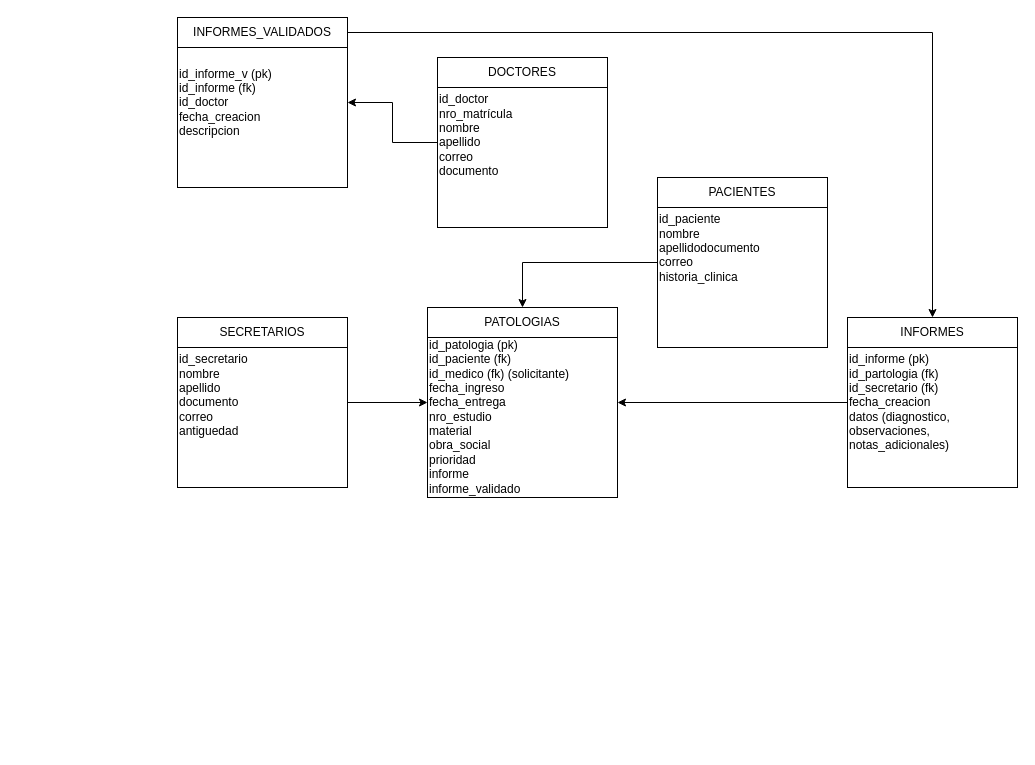
The draw.io diagram server/Untitled Diagram.drawio in UlisesPaz023/multiuser-contact-book, before the edit. Source tidied: cells renumbered, new cells numbered last; positions are measured from the earlier drawing's top-left corner, leaving out a move shared by most shapes. Both pictures are drawn from the tidied source at 100%, with x=0, y=0 at pixel (177, 17).
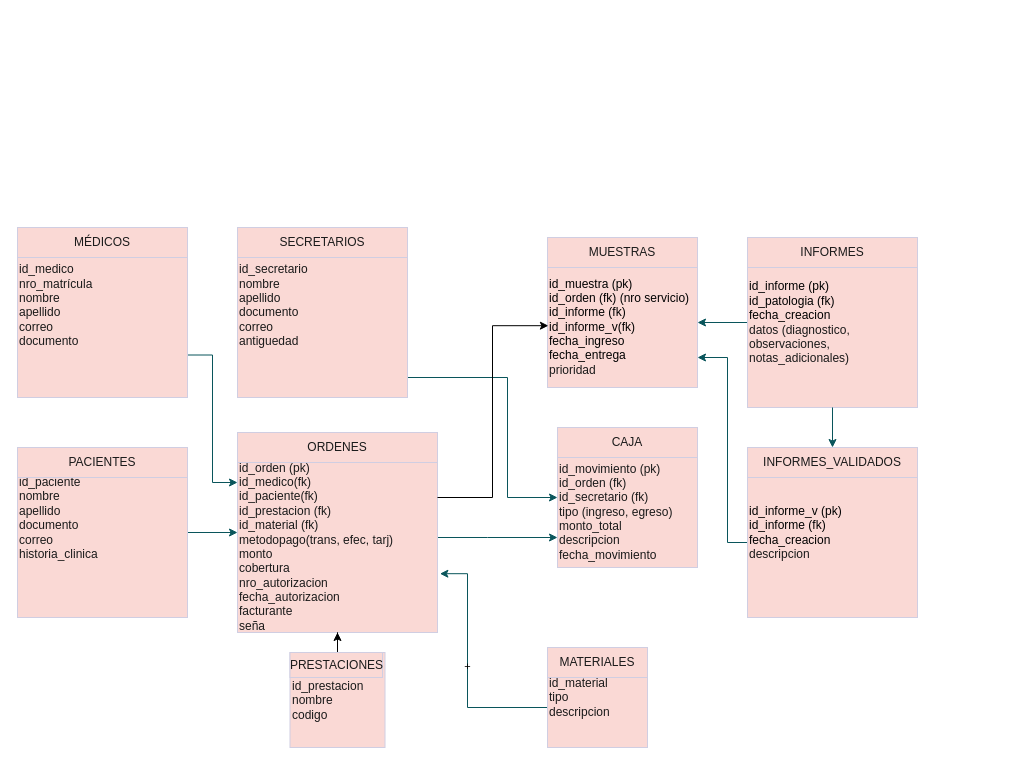
The same page after the edit.

Diff of the diagram source:
```diff
@@
-    <mxCell id="2" value="&lt;div&gt;&lt;span style=&quot;background-color: transparent; color: light-dark(rgb(0, 0, 0), rgb(255, 255, 255));&quot;&gt;&lt;br&gt;&lt;/span&gt;&lt;/div&gt;&lt;div&gt;&lt;span style=&quot;background-color: transparent; color: light-dark(rgb(0, 0, 0), rgb(255, 255, 255));&quot;&gt;&lt;br&gt;&lt;/span&gt;&lt;/div&gt;&lt;div&gt;&lt;span style=&quot;background-color: transparent; color: light-dark(rgb(0, 0, 0), rgb(255, 255, 255));&quot;&gt;&lt;br&gt;&lt;/span&gt;&lt;/div&gt;&lt;div&gt;&lt;span style=&quot;background-color: transparent; color: light-dark(rgb(0, 0, 0), rgb(255, 255, 255));&quot;&gt;id_patologia (pk)&lt;/span&gt;&lt;/div&gt;&lt;div&gt;&lt;span style=&quot;background-color: transparent; color: light-dark(rgb(0, 0, 0), rgb(255, 255, 255));&quot;&gt;id_paciente (fk)&lt;/span&gt;&lt;/div&gt;&lt;div&gt;&lt;span style=&quot;background-color: transparent; color: light-dark(rgb(0, 0, 0), rgb(255, 255, 255));&quot;&gt;id_medico (fk) (solicitante)&lt;/span&gt;&lt;/div&gt;&lt;div&gt;&lt;span style=&quot;background-color: transparent; color: light-dark(rgb(0, 0, 0), rgb(255, 255, 255));&quot;&gt;fecha_ingreso&lt;/span&gt;&lt;/div&gt;&lt;div&gt;&lt;span style=&quot;background-color: transparent; color: light-dark(rgb(0, 0, 0), rgb(255, 255, 255));&quot;&gt;fecha_entrega&lt;/span&gt;&lt;/div&gt;&lt;div&gt;nro_estudio&lt;/div&gt;&lt;div&gt;material&lt;/div&gt;&lt;div&gt;obra_social&lt;/div&gt;&lt;div&gt;prioridad&lt;/div&gt;&lt;div&gt;informe&lt;/div&gt;&lt;div&gt;informe_validado&lt;/div&gt;&lt;div&gt;&lt;br&gt;&lt;/div&gt;" style="whiteSpace=wrap;html=1;flipH=1;flipV=1;align=left;" parent="1" vertex="1">
-      <mxGeometry x="250" y="290" width="190" height="190" as="geometry" />
+    <mxCell id="2" value="&lt;div&gt;&lt;span style=&quot;background-color: transparent; color: light-dark(rgb(0, 0, 0), rgb(255, 255, 255));&quot;&gt;&lt;br&gt;&lt;/span&gt;&lt;/div&gt;&lt;div&gt;&lt;span style=&quot;background-color: transparent; color: light-dark(rgb(0, 0, 0), rgb(255, 255, 255));&quot;&gt;&lt;br&gt;&lt;/span&gt;&lt;/div&gt;&lt;div&gt;&lt;span style=&quot;background-color: transparent; color: light-dark(rgb(0, 0, 0), rgb(255, 255, 255));&quot;&gt;&lt;br&gt;&lt;/span&gt;&lt;/div&gt;&lt;div&gt;&lt;span style=&quot;background-color: transparent; color: light-dark(rgb(0, 0, 0), rgb(255, 255, 255));&quot;&gt;id_muestra (pk)&lt;/span&gt;&lt;/div&gt;&lt;div&gt;&lt;span style=&quot;background-color: transparent; color: light-dark(rgb(0, 0, 0), rgb(255, 255, 255));&quot;&gt;id_orden (fk) (nro servicio)&lt;/span&gt;&lt;/div&gt;&lt;div&gt;&lt;span style=&quot;background-color: transparent; color: light-dark(rgb(0, 0, 0), rgb(255, 255, 255));&quot;&gt;id_informe (fk)&lt;/span&gt;&lt;/div&gt;&lt;div&gt;&lt;span style=&quot;background-color: transparent; color: light-dark(rgb(0, 0, 0), rgb(255, 255, 255));&quot;&gt;id_informe_v(fk)&lt;/span&gt;&lt;/div&gt;&lt;div&gt;&lt;span style=&quot;background-color: transparent; color: light-dark(rgb(0, 0, 0), rgb(255, 255, 255));&quot;&gt;fecha_ingreso&lt;/span&gt;&lt;/div&gt;&lt;div&gt;&lt;span style=&quot;background-color: transparent; color: light-dark(rgb(0, 0, 0), rgb(255, 255, 255));&quot;&gt;fecha_entrega&lt;/span&gt;&lt;/div&gt;&lt;div&gt;prioridad&lt;/div&gt;&lt;div&gt;&lt;br&gt;&lt;/div&gt;" style="whiteSpace=wrap;html=1;flipH=1;flipV=1;align=left;labelBackgroundColor=none;fillColor=#FAD9D5;strokeColor=#D0CEE2;fontColor=#1A1A1A;" parent="1" vertex="1">
+      <mxGeometry x="370" y="220" width="150" height="150" as="geometry" />
     </mxCell>
-    <mxCell id="3" value="PATOLOGIAS" style="rounded=0;whiteSpace=wrap;html=1;" parent="1" vertex="1">
-      <mxGeometry x="250" y="290" width="190" height="30" as="geometry" />
+    <mxCell id="3" value="MUESTRAS" style="rounded=0;whiteSpace=wrap;html=1;labelBackgroundColor=none;fillColor=#FAD9D5;strokeColor=#D0CEE2;fontColor=#1A1A1A;" parent="1" vertex="1">
+      <mxGeometry x="370" y="220" width="150" height="30" as="geometry" />
     </mxCell>
+    <mxCell id="19" style="edgeStyle=orthogonalEdgeStyle;rounded=0;jettySize=auto;html=1;entryX=0;entryY=0.25;entryDx=0;entryDy=0;exitX=1;exitY=0.75;exitDx=0;exitDy=0;labelBackgroundColor=none;strokeColor=#09555B;fontColor=default;" parent="1" edge="1" source="4" target="27">
+      <mxGeometry relative="1" as="geometry" />
+    </mxCell>
-    <mxCell id="4" value="&lt;div&gt;id_doctor&lt;/div&gt;nro_matrícula&lt;div&gt;nombre&lt;/div&gt;&lt;div&gt;apellido&lt;/div&gt;&lt;div&gt;correo&lt;/div&gt;&lt;div&gt;documento&lt;br&gt;&lt;div&gt;&lt;br&gt;&lt;/div&gt;&lt;/div&gt;" style="whiteSpace=wrap;html=1;flipH=1;flipV=1;align=left;" parent="1" vertex="1">
-      <mxGeometry x="260" y="40" width="170" height="170" as="geometry" />
+    <mxCell id="4" value="&lt;div&gt;id_medico&lt;/div&gt;nro_matrícula&lt;div&gt;nombre&lt;/div&gt;&lt;div&gt;apellido&lt;/div&gt;&lt;div&gt;correo&lt;/div&gt;&lt;div&gt;documento&lt;br&gt;&lt;div&gt;&lt;br&gt;&lt;/div&gt;&lt;/div&gt;" style="whiteSpace=wrap;html=1;flipH=1;flipV=1;align=left;labelBackgroundColor=none;fillColor=#FAD9D5;strokeColor=#D0CEE2;fontColor=#1A1A1A;" parent="1" vertex="1">
+      <mxGeometry x="-160" y="210" width="170" height="170" as="geometry" />
     </mxCell>
-    <mxCell id="5" style="edgeStyle=orthogonalEdgeStyle;rounded=0;jettySize=auto;html=1;exitX=0;exitY=0.5;exitDx=0;exitDy=0;" parent="1" edge="1" source="4" target="16">
-      <mxGeometry relative="1" as="geometry" />
-    </mxCell>
-    <mxCell id="6" value="DOCTORES" style="rounded=0;whiteSpace=wrap;html=1;" parent="1" vertex="1">
-      <mxGeometry x="260" y="40" width="170" height="30" as="geometry" />
+    <mxCell id="6" value="MÉDICOS" style="rounded=0;whiteSpace=wrap;html=1;labelBackgroundColor=none;fillColor=#FAD9D5;strokeColor=#D0CEE2;fontColor=#1A1A1A;" parent="1" vertex="1">
+      <mxGeometry x="-160" y="210" width="170" height="30" as="geometry" />
     </mxCell>
+    <mxCell id="20" style="edgeStyle=orthogonalEdgeStyle;rounded=0;jettySize=auto;html=1;entryX=0;entryY=0.5;entryDx=0;entryDy=0;labelBackgroundColor=none;strokeColor=#09555B;fontColor=default;" parent="1" edge="1" source="7" target="24">
+      <mxGeometry relative="1" as="geometry">
+        <Array as="points">
+          <mxPoint x="330" y="360" />
+          <mxPoint x="330" y="480" />
+        </Array>
+      </mxGeometry>
+    </mxCell>
-    <mxCell id="7" value="&lt;div&gt;&lt;div&gt;id_secretario&lt;/div&gt;&lt;/div&gt;&lt;div&gt;nombre&lt;/div&gt;&lt;div&gt;apellido&lt;/div&gt;&lt;div&gt;documento&lt;/div&gt;&lt;div&gt;correo&lt;/div&gt;&lt;div&gt;antiguedad&lt;/div&gt;&lt;div&gt;&lt;br&gt;&lt;/div&gt;" style="whiteSpace=wrap;html=1;flipH=1;flipV=1;align=left;" parent="1" vertex="1">
-      <mxGeometry y="300" width="170" height="170" as="geometry" />
+    <mxCell id="7" value="&lt;div&gt;&lt;div&gt;id_secretario&lt;/div&gt;&lt;/div&gt;&lt;div&gt;nombre&lt;/div&gt;&lt;div&gt;apellido&lt;/div&gt;&lt;div&gt;documento&lt;/div&gt;&lt;div&gt;correo&lt;/div&gt;&lt;div&gt;antiguedad&lt;/div&gt;&lt;div&gt;&lt;br&gt;&lt;/div&gt;" style="whiteSpace=wrap;html=1;flipH=1;flipV=1;align=left;labelBackgroundColor=none;fillColor=#FAD9D5;strokeColor=#D0CEE2;fontColor=#1A1A1A;" parent="1" vertex="1">
+      <mxGeometry x="60" y="210" width="170" height="170" as="geometry" />
     </mxCell>
-    <mxCell id="8" style="edgeStyle=orthogonalEdgeStyle;rounded=0;jettySize=auto;html=1;" parent="1" edge="1" source="7" target="2">
-      <mxGeometry relative="1" as="geometry" />
-    </mxCell>
-    <mxCell id="9" value="SECRETARIOS" style="rounded=0;whiteSpace=wrap;html=1;" parent="1" vertex="1">
-      <mxGeometry y="300" width="170" height="30" as="geometry" />
+    <mxCell id="9" value="SECRETARIOS" style="rounded=0;whiteSpace=wrap;html=1;labelBackgroundColor=none;fillColor=#FAD9D5;strokeColor=#D0CEE2;fontColor=#1A1A1A;" parent="1" vertex="1">
+      <mxGeometry x="60" y="210" width="170" height="30" as="geometry" />
     </mxCell>
-    <mxCell id="10" style="edgeStyle=orthogonalEdgeStyle;rounded=0;jettySize=auto;html=1;entryX=0.5;entryY=0;entryDx=0;entryDy=0;" parent="1" edge="1" source="11" target="3">
-      <mxGeometry relative="1" as="geometry" />
-    </mxCell>
+    <mxCell id="21" style="edgeStyle=orthogonalEdgeStyle;rounded=0;jettySize=auto;html=1;labelBackgroundColor=none;strokeColor=#09555B;fontColor=default;" parent="1" edge="1" source="11" target="27">
+      <mxGeometry relative="1" as="geometry" />
+    </mxCell>
-    <mxCell id="11" value="&lt;div&gt;id_paciente&lt;/div&gt;&lt;div&gt;nombre&lt;/div&gt;&lt;div&gt;apellidodocumento&lt;/div&gt;&lt;div&gt;correo&lt;/div&gt;&lt;div&gt;historia_clinica&lt;/div&gt;&lt;div&gt;&lt;br&gt;&lt;div&gt;&lt;br&gt;&lt;/div&gt;&lt;/div&gt;" style="whiteSpace=wrap;html=1;flipH=1;flipV=1;align=left;" parent="1" vertex="1">
-      <mxGeometry x="480" y="160" width="170" height="170" as="geometry" />
+    <mxCell id="11" value="&lt;div&gt;id_paciente&lt;/div&gt;&lt;div&gt;nombre&lt;/div&gt;&lt;div&gt;apellido&lt;/div&gt;&lt;div&gt;documento&lt;/div&gt;&lt;div&gt;correo&lt;/div&gt;&lt;div&gt;historia_clinica&lt;/div&gt;&lt;div&gt;&lt;br&gt;&lt;div&gt;&lt;br&gt;&lt;/div&gt;&lt;/div&gt;" style="whiteSpace=wrap;html=1;flipH=1;flipV=1;align=left;labelBackgroundColor=none;fillColor=#FAD9D5;strokeColor=#D0CEE2;fontColor=#1A1A1A;" parent="1" vertex="1">
+      <mxGeometry x="-160" y="430" width="170" height="170" as="geometry" />
     </mxCell>
-    <mxCell id="12" value="PACIENTES" style="rounded=0;whiteSpace=wrap;html=1;" parent="1" vertex="1">
-      <mxGeometry x="480" y="160" width="170" height="30" as="geometry" />
+    <mxCell id="12" value="PACIENTES" style="rounded=0;whiteSpace=wrap;html=1;labelBackgroundColor=none;fillColor=#FAD9D5;strokeColor=#D0CEE2;fontColor=#1A1A1A;" parent="1" vertex="1">
+      <mxGeometry x="-160" y="430" width="170" height="30" as="geometry" />
     </mxCell>
-    <mxCell id="13" style="edgeStyle=orthogonalEdgeStyle;rounded=0;jettySize=auto;html=1;" parent="1" edge="1" source="14" target="2">
-      <mxGeometry relative="1" as="geometry" />
+    <mxCell id="13" style="edgeStyle=orthogonalEdgeStyle;rounded=0;jettySize=auto;html=1;labelBackgroundColor=none;strokeColor=#09555B;fontColor=default;" parent="1" edge="1" source="14" target="2">
+      <mxGeometry relative="1" as="geometry">
+        <Array as="points">
+          <mxPoint x="580" y="310" />
+          <mxPoint x="580" y="310" />
+        </Array>
+      </mxGeometry>
     </mxCell>
-    <mxCell id="14" value="&lt;div&gt;&lt;span style=&quot;background-color: transparent; color: light-dark(rgb(0, 0, 0), rgb(255, 255, 255));&quot;&gt;id_informe (pk)&lt;/span&gt;&lt;/div&gt;&lt;div&gt;&lt;span style=&quot;background-color: transparent; color: light-dark(rgb(0, 0, 0), rgb(255, 255, 255));&quot;&gt;id_partologia (fk)&lt;/span&gt;&lt;/div&gt;&lt;div&gt;&lt;span style=&quot;background-color: transparent; color: light-dark(rgb(0, 0, 0), rgb(255, 255, 255));&quot;&gt;id_secretario (fk)&lt;/span&gt;&lt;/div&gt;&lt;div&gt;&lt;span style=&quot;background-color: transparent; color: light-dark(rgb(0, 0, 0), rgb(255, 255, 255));&quot;&gt;fecha_creacion&lt;/span&gt;&lt;/div&gt;&lt;div&gt;datos (diagnostico, observaciones, notas_adicionales)&lt;/div&gt;" style="whiteSpace=wrap;html=1;flipH=1;flipV=1;align=left;" parent="1" vertex="1">
-      <mxGeometry x="670" y="300" width="170" height="170" as="geometry" />
+    <mxCell id="14" value="&lt;div&gt;&lt;span style=&quot;background-color: transparent; color: light-dark(rgb(0, 0, 0), rgb(255, 255, 255));&quot;&gt;id_informe (pk)&lt;/span&gt;&lt;/div&gt;&lt;div&gt;&lt;span style=&quot;background-color: transparent; color: light-dark(rgb(0, 0, 0), rgb(255, 255, 255));&quot;&gt;id_patologia (fk)&lt;/span&gt;&lt;/div&gt;&lt;div&gt;&lt;span style=&quot;background-color: transparent; color: light-dark(rgb(0, 0, 0), rgb(255, 255, 255));&quot;&gt;fecha_creacion&lt;/span&gt;&lt;/div&gt;&lt;div&gt;datos (diagnostico, observaciones, notas_adicionales)&lt;/div&gt;" style="whiteSpace=wrap;html=1;flipH=1;flipV=1;align=left;labelBackgroundColor=none;fillColor=#FAD9D5;strokeColor=#D0CEE2;fontColor=#1A1A1A;" parent="1" vertex="1">
+      <mxGeometry x="570" y="220" width="170" height="170" as="geometry" />
     </mxCell>
+    <mxCell id="22" style="edgeStyle=orthogonalEdgeStyle;rounded=0;jettySize=auto;html=1;strokeColor=#09555B;fontColor=#1A1A1A;exitX=0.5;exitY=1;exitDx=0;exitDy=0;" parent="1" edge="1" source="14" target="16">
+      <mxGeometry relative="1" as="geometry" />
+    </mxCell>
-    <mxCell id="15" value="INFORMES" style="rounded=0;whiteSpace=wrap;html=1;" parent="1" vertex="1">
-      <mxGeometry x="670" y="300" width="170" height="30" as="geometry" />
+    <mxCell id="15" value="INFORMES" style="rounded=0;whiteSpace=wrap;html=1;labelBackgroundColor=none;fillColor=#FAD9D5;strokeColor=#D0CEE2;fontColor=#1A1A1A;" parent="1" vertex="1">
+      <mxGeometry x="570" y="220" width="170" height="30" as="geometry" />
     </mxCell>
+    <mxCell id="23" style="edgeStyle=orthogonalEdgeStyle;rounded=0;jettySize=auto;html=1;strokeColor=#09555B;fontColor=#1A1A1A;" parent="1" edge="1" source="16" target="2">
+      <mxGeometry relative="1" as="geometry">
+        <Array as="points">
+          <mxPoint x="550" y="525" />
+          <mxPoint x="550" y="340" />
+        </Array>
+      </mxGeometry>
+    </mxCell>
-    <mxCell id="16" value="&lt;div&gt;&lt;span style=&quot;background-color: transparent; color: light-dark(rgb(0, 0, 0), rgb(255, 255, 255));&quot;&gt;id_informe_v (pk)&lt;/span&gt;&lt;/div&gt;&lt;div&gt;&lt;span style=&quot;background-color: transparent; color: light-dark(rgb(0, 0, 0), rgb(255, 255, 255));&quot;&gt;id_informe (fk)&lt;/span&gt;&lt;/div&gt;&lt;div&gt;id_doctor&lt;/div&gt;&lt;div&gt;&lt;span style=&quot;background-color: transparent; color: light-dark(rgb(0, 0, 0), rgb(255, 255, 255));&quot;&gt;fecha_creacion&lt;/span&gt;&lt;/div&gt;&lt;div&gt;descripcion&lt;/div&gt;" style="whiteSpace=wrap;html=1;flipH=1;flipV=1;align=left;" parent="1" vertex="1">
-      <mxGeometry width="170" height="170" as="geometry" />
+    <mxCell id="16" value="&lt;div&gt;&lt;span style=&quot;background-color: transparent; color: light-dark(rgb(0, 0, 0), rgb(255, 255, 255));&quot;&gt;id_informe_v (pk)&lt;/span&gt;&lt;/div&gt;&lt;div&gt;&lt;span style=&quot;background-color: transparent; color: light-dark(rgb(0, 0, 0), rgb(255, 255, 255));&quot;&gt;id_informe (fk)&lt;/span&gt;&lt;/div&gt;&lt;div&gt;&lt;span style=&quot;background-color: transparent; color: light-dark(rgb(0, 0, 0), rgb(255, 255, 255));&quot;&gt;fecha_creacion&lt;/span&gt;&lt;/div&gt;&lt;div&gt;descripcion&lt;/div&gt;" style="whiteSpace=wrap;html=1;flipH=1;flipV=1;align=left;labelBackgroundColor=none;fillColor=#FAD9D5;strokeColor=#D0CEE2;fontColor=#1A1A1A;" parent="1" vertex="1">
+      <mxGeometry x="570" y="430" width="170" height="170" as="geometry" />
     </mxCell>
-    <mxCell id="17" style="edgeStyle=orthogonalEdgeStyle;rounded=0;jettySize=auto;html=1;entryX=0.5;entryY=0;entryDx=0;entryDy=0;" parent="1" edge="1" source="18" target="15">
-      <mxGeometry relative="1" as="geometry" />
-    </mxCell>
-    <mxCell id="18" value="INFORMES_VALIDADOS" style="rounded=0;whiteSpace=wrap;html=1;" parent="1" vertex="1">
-      <mxGeometry width="170" height="30" as="geometry" />
+    <mxCell id="18" value="INFORMES_VALIDADOS" style="rounded=0;whiteSpace=wrap;html=1;labelBackgroundColor=none;fillColor=#FAD9D5;strokeColor=#D0CEE2;fontColor=#1A1A1A;" parent="1" vertex="1">
+      <mxGeometry x="570" y="430" width="170" height="30" as="geometry" />
     </mxCell>
+    <mxCell id="24" value="&lt;div&gt;&lt;br&gt;&lt;/div&gt;&lt;div&gt;&lt;br&gt;&lt;/div&gt;&lt;div&gt;&lt;br&gt;&lt;/div&gt;&lt;div&gt;&lt;br&gt;&lt;/div&gt;&lt;div&gt;id_movimiento (pk)&lt;/div&gt;&lt;div&gt;id_orden (fk)&lt;/div&gt;&lt;div&gt;id_secretario (fk)&lt;/div&gt;&lt;div&gt;tipo (ingreso, egreso)&lt;/div&gt;&lt;div&gt;&lt;span style=&quot;background-color: transparent; color: light-dark(rgb(26, 26, 26), rgb(215, 215, 215));&quot;&gt;monto_total&lt;/span&gt;&lt;/div&gt;&lt;div&gt;&lt;span style=&quot;background-color: transparent; color: light-dark(rgb(26, 26, 26), rgb(215, 215, 215));&quot;&gt;descripcion&lt;/span&gt;&lt;/div&gt;&lt;div&gt;fecha_movimiento&lt;/div&gt;&lt;div&gt;&lt;br&gt;&lt;div&gt;&lt;br&gt;&lt;/div&gt;&lt;/div&gt;" style="whiteSpace=wrap;html=1;flipH=1;flipV=1;align=left;labelBackgroundColor=none;fillColor=#FAD9D5;strokeColor=#D0CEE2;fontColor=#1A1A1A;" parent="1" vertex="1">
+      <mxGeometry x="380" y="410" width="140" height="140" as="geometry" />
+    </mxCell>
+    <mxCell id="25" value="CAJA" style="rounded=0;whiteSpace=wrap;html=1;labelBackgroundColor=none;fillColor=#FAD9D5;strokeColor=#D0CEE2;fontColor=#1A1A1A;" parent="1" vertex="1">
+      <mxGeometry x="380" y="410" width="140" height="30" as="geometry" />
+    </mxCell>
+    <mxCell id="26" style="edgeStyle=orthogonalEdgeStyle;rounded=0;orthogonalLoop=1;jettySize=auto;html=1;entryX=0;entryY=0.75;entryDx=0;entryDy=0;labelBackgroundColor=none;strokeColor=#09555B;fontColor=default;" parent="1" edge="1">
+      <mxGeometry relative="1" as="geometry">
+        <mxPoint x="260" y="520" as="sourcePoint" />
+        <mxPoint x="380" y="520" as="targetPoint" />
+        <Array as="points">
+          <mxPoint x="310" y="520" />
+          <mxPoint x="310" y="520" />
+        </Array>
+      </mxGeometry>
+    </mxCell>
+    <mxCell id="27" value="&lt;div&gt;&lt;div&gt;&lt;br&gt;&lt;/div&gt;&lt;div&gt;&lt;br&gt;&lt;/div&gt;&lt;div&gt;id_orden (pk)&lt;/div&gt;&lt;/div&gt;&lt;div&gt;id_medico(fk)&lt;/div&gt;&lt;div&gt;id_paciente(fk)&lt;/div&gt;&lt;div&gt;id_prestacion (fk)&lt;/div&gt;&lt;div&gt;id_material (fk)&lt;/div&gt;&lt;div&gt;metodopago(trans, efec, tarj)&lt;/div&gt;&lt;div&gt;monto&lt;/div&gt;&lt;div&gt;cobertura&lt;/div&gt;&lt;div&gt;nro_autorizacion&lt;/div&gt;&lt;div&gt;fecha_autorizacion&lt;/div&gt;&lt;div&gt;facturante&lt;/div&gt;&lt;div&gt;seña&lt;/div&gt;" style="whiteSpace=wrap;html=1;flipH=1;flipV=1;align=left;labelBackgroundColor=none;fillColor=#FAD9D5;strokeColor=#D0CEE2;fontColor=#1A1A1A;" parent="1" vertex="1">
+      <mxGeometry x="60" y="415" width="200" height="200" as="geometry" />
+    </mxCell>
+    <mxCell id="28" value="ORDENES" style="rounded=0;whiteSpace=wrap;html=1;labelBackgroundColor=none;fillColor=#FAD9D5;strokeColor=#D0CEE2;fontColor=#1A1A1A;" parent="1" vertex="1">
+      <mxGeometry x="60" y="415" width="200" height="30" as="geometry" />
+    </mxCell>
+    <mxCell id="29" style="edgeStyle=orthogonalEdgeStyle;rounded=0;jettySize=auto;html=1;" parent="1" edge="1" source="30" target="27">
+      <mxGeometry relative="1" as="geometry" />
+    </mxCell>
+    <mxCell id="30" value="id_prestacion&lt;div&gt;nombre&lt;/div&gt;&lt;div&gt;codigo&lt;/div&gt;" style="whiteSpace=wrap;html=1;flipH=1;flipV=1;align=left;labelBackgroundColor=none;fillColor=#FAD9D5;strokeColor=#D0CEE2;fontColor=#1A1A1A;" parent="1" vertex="1">
+      <mxGeometry x="112.5" y="635" width="95" height="95" as="geometry" />
+    </mxCell>
+    <mxCell id="31" value="PRESTACIONES" style="rounded=0;whiteSpace=wrap;html=1;labelBackgroundColor=none;fillColor=#FAD9D5;strokeColor=#D0CEE2;fontColor=#1A1A1A;" parent="1" vertex="1">
+      <mxGeometry x="112.5" y="635" width="92.5" height="25" as="geometry" />
+    </mxCell>
+    <mxCell id="32" value="+" style="edgeStyle=orthogonalEdgeStyle;rounded=0;jettySize=auto;html=1;entryX=-0.012;entryY=0.294;entryDx=0;entryDy=0;entryPerimeter=0;labelBackgroundColor=none;strokeColor=#09555B;fontColor=default;" parent="1" edge="1" source="33" target="27">
+      <mxGeometry relative="1" as="geometry">
+        <Array as="points">
+          <mxPoint x="290" y="690" />
+          <mxPoint x="290" y="556" />
+        </Array>
+      </mxGeometry>
+    </mxCell>
+    <mxCell id="33" value="id_material&lt;div&gt;tipo&lt;/div&gt;&lt;div&gt;descripcion&lt;/div&gt;" style="whiteSpace=wrap;html=1;flipH=1;flipV=1;align=left;labelBackgroundColor=none;fillColor=#FAD9D5;strokeColor=#D0CEE2;fontColor=#1A1A1A;" parent="1" vertex="1">
+      <mxGeometry x="370" y="630" width="100" height="100" as="geometry" />
+    </mxCell>
+    <mxCell id="34" value="MATERIALES" style="rounded=0;whiteSpace=wrap;html=1;labelBackgroundColor=none;fillColor=#FAD9D5;strokeColor=#D0CEE2;fontColor=#1A1A1A;" parent="1" vertex="1">
+      <mxGeometry x="370" y="630" width="100" height="30" as="geometry" />
+    </mxCell>
+    <mxCell id="35" style="edgeStyle=orthogonalEdgeStyle;rounded=0;jettySize=auto;html=1;entryX=0.994;entryY=0.412;entryDx=0;entryDy=0;entryPerimeter=0;" parent="1" edge="1" source="27" target="2">
+      <mxGeometry relative="1" as="geometry">
+        <Array as="points">
+          <mxPoint x="315" y="480" />
+          <mxPoint x="315" y="308" />
+        </Array>
+      </mxGeometry>
+    </mxCell>
```
